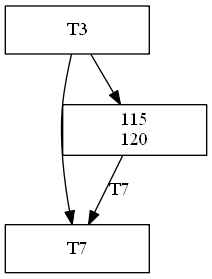
The Graphviz diagram BIN/edificio.png in MacoChave/Proyecto2-SistemaAsignacion, before a commit. Its source is kept beside it as BIN/edificio.dot.
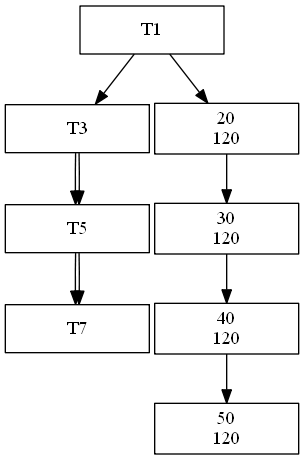
The same diagram one commit later.

What changed in the source:
```diff
@@ -2,13 +2,31 @@
 	nodesep=.05;
 	node [shape=record,width=1.5,height=.5];
 
+EDT1[label = "T1"];
+EDT1 -> EDT3;
+
 EDT3[label = "T3"];
-EDT3 -> EDT7;
+EDT3 -> EDT5;
+
+EDT5[label = "T5"];
+EDT5 -> EDT7;
 
 EDT7[label = "T7"];
 
-EDT3 -> SL115;
-SL115[label = "115\n120"];
-SL115 ->
+EDT1 -> SL20;
+SL20[label = "20\n120"];
+SL20 -> SL30;
+SL30[label = "30\n120"];
+SL30 -> SL40;
+SL40[label = "40\n120"];
+SL40 -> SL50;
+SL50[label = "50\n120"];
+
+EDT3[label = "T3"];
+EDT3 -> EDT5;
+
+EDT5[label = "T5"];
+EDT5 -> EDT7;
+
 EDT7[label = "T7"];
 }
```
